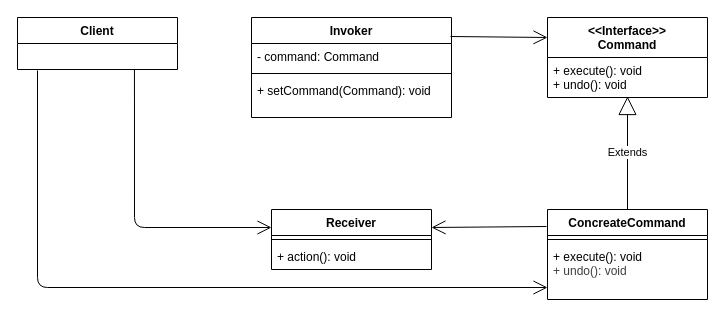
Earlier version of the draw.io diagram architecture/command/command_arc.dio (XsoratoX/DesignPatterns). Source tidied: cells renumbered, new cells numbered last; positions are measured from the earlier drawing's top-left corner, leaving out a move shared by most shapes. Both pictures are drawn from the tidied source at 100%, with x=0, y=0 at pixel (17, 17).
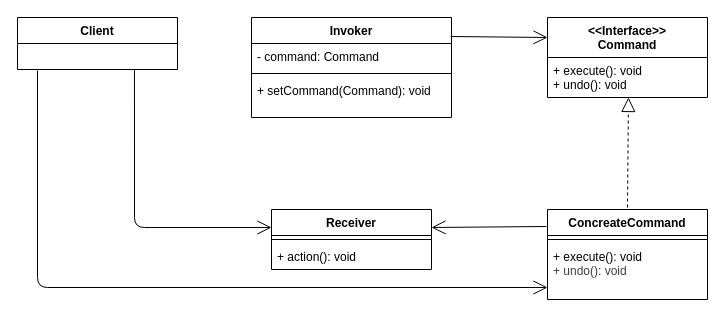
Above is the later version.

Commit message (it also covers changes not shown here):
Add architectures for command pattern and adapter pattern

The change refers to these unchanged cells:
```xml
<mxCell id="9" value="+ execute(): void&lt;div&gt;+ undo(): void&lt;/div&gt;" style="text;strokeColor=none;fillColor=none;align=left;verticalAlign=top;spacingLeft=4;spacingRight=4;overflow=hidden;points=[[0,0.5],[1,0.5]];portConstraint=eastwest;whiteSpace=wrap;html=1;" parent="8" vertex="1">
  <mxGeometry y="40" width="160" height="40" as="geometry" />
</mxCell>
<mxCell id="10" value="ConcreateCommand" style="swimlane;fontStyle=1;align=center;verticalAlign=top;horizontal=1;startSize=26;whiteSpace=wrap;html=1;" parent="1" vertex="1">
  <mxGeometry x="530" y="192" width="160" height="90" as="geometry" />
</mxCell>
```

The edit, as a diff of the source:
```diff
@@
-    <mxCell id="16" value="Extends" style="endArrow=block;endSize=16;endFill=0;html=1;entryX=0.5;entryY=0.975;entryDx=0;entryDy=0;entryPerimeter=0;exitX=0.5;exitY=0;exitDx=0;exitDy=0;" parent="1" edge="1" source="10" target="9">
-      <mxGeometry relative="1" as="geometry" />
-    </mxCell>
@@
+    <mxCell id="21" style="endArrow=block;dashed=1;endFill=0;endSize=12;html=1;entryX=0.506;entryY=1;entryDx=0;entryDy=0;entryPerimeter=0;" parent="1" edge="1" target="9">
+      <mxGeometry relative="1" as="geometry">
+        <mxPoint x="610" y="190" as="sourcePoint" />
+      </mxGeometry>
+    </mxCell>
```
